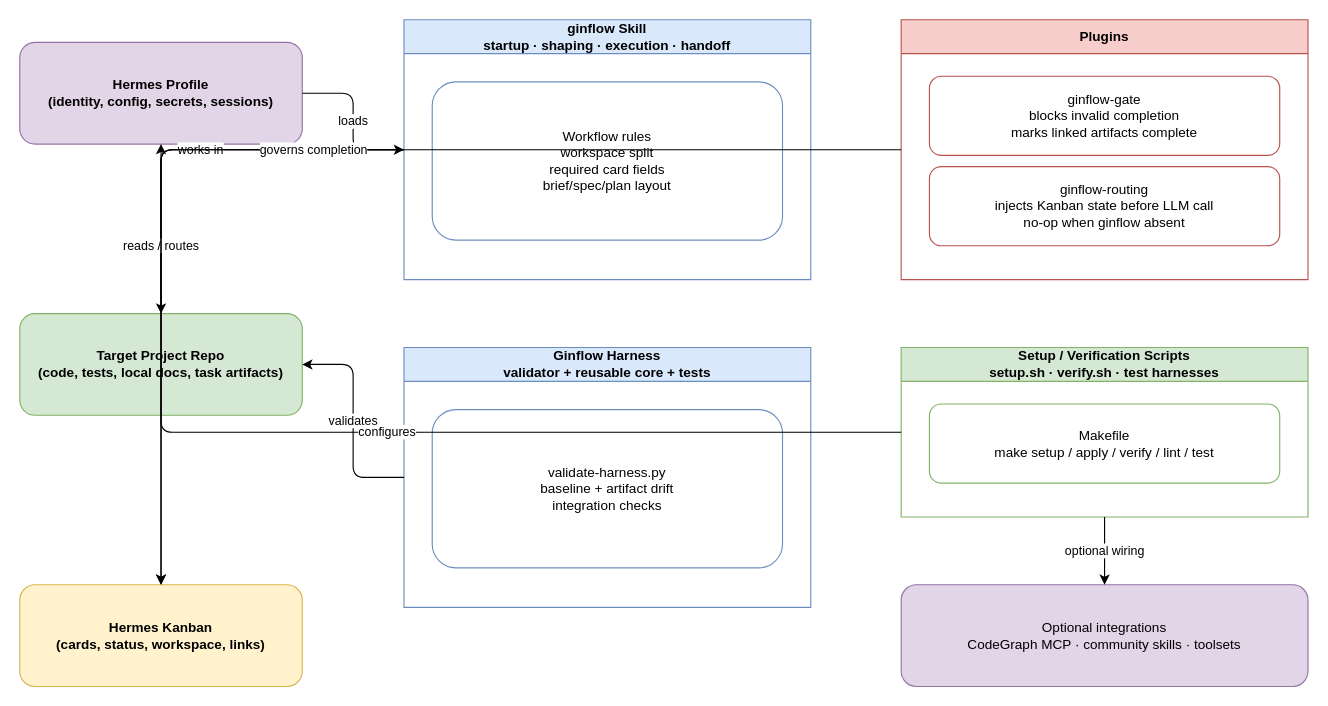
Before: page "Gin Harness System" (1 of 3) of docs/architecture/gin-harness-system.drawio in ginn1111/gin-harness, a draw.io diagram. Source tidied: cells renumbered, new cells numbered last; positions are measured from the earlier drawing's top-left corner, leaving out a move shared by most shapes. Both pictures are drawn from the tidied source at 113%, with x=0, y=0 at pixel (19, 19).
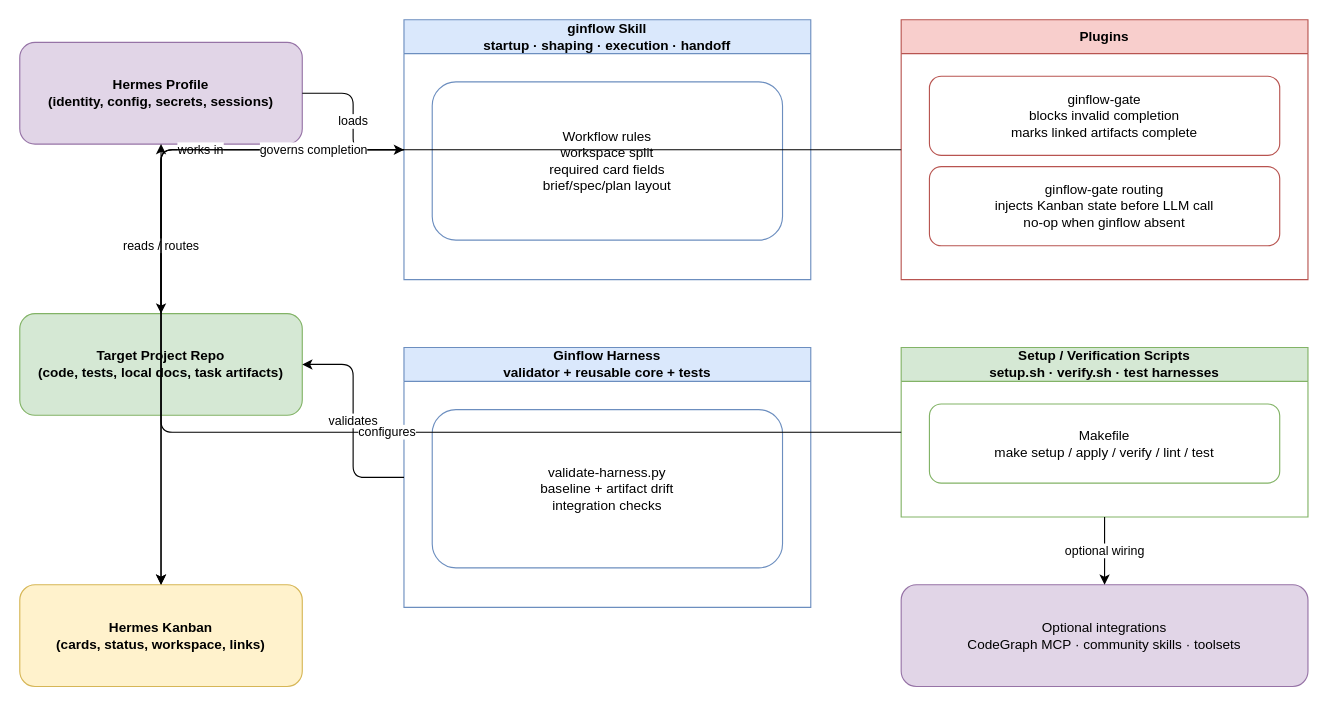
The same diagram, later.

Unchanged cells that the change refers to:
```xml
<mxCell id="9" value="Plugins" style="swimlane;startSize=30;whiteSpace=wrap;html=1;fillColor=#f8cecc;strokeColor=#b85450;fontStyle=1;" parent="1" vertex="1">
  <mxGeometry x="780" width="360" height="230" as="geometry" />
</mxCell>
```

Change to the diagram source:
```diff
@@
-    <mxCell id="11" value="ginflow-routing&#10;injects Kanban state before LLM call&#10;no-op when ginflow absent" style="rounded=1;whiteSpace=wrap;html=1;fillColor=#ffffff;strokeColor=#b85450;" parent="9" vertex="1">
+    <mxCell id="11" value="ginflow-gate routing&#10;injects Kanban state before LLM call&#10;no-op when ginflow absent" style="rounded=1;whiteSpace=wrap;html=1;fillColor=#ffffff;strokeColor=#b85450;" parent="9" vertex="1">
       <mxGeometry x="25" y="130" width="310" height="70" as="geometry" />
     </mxCell>
```
